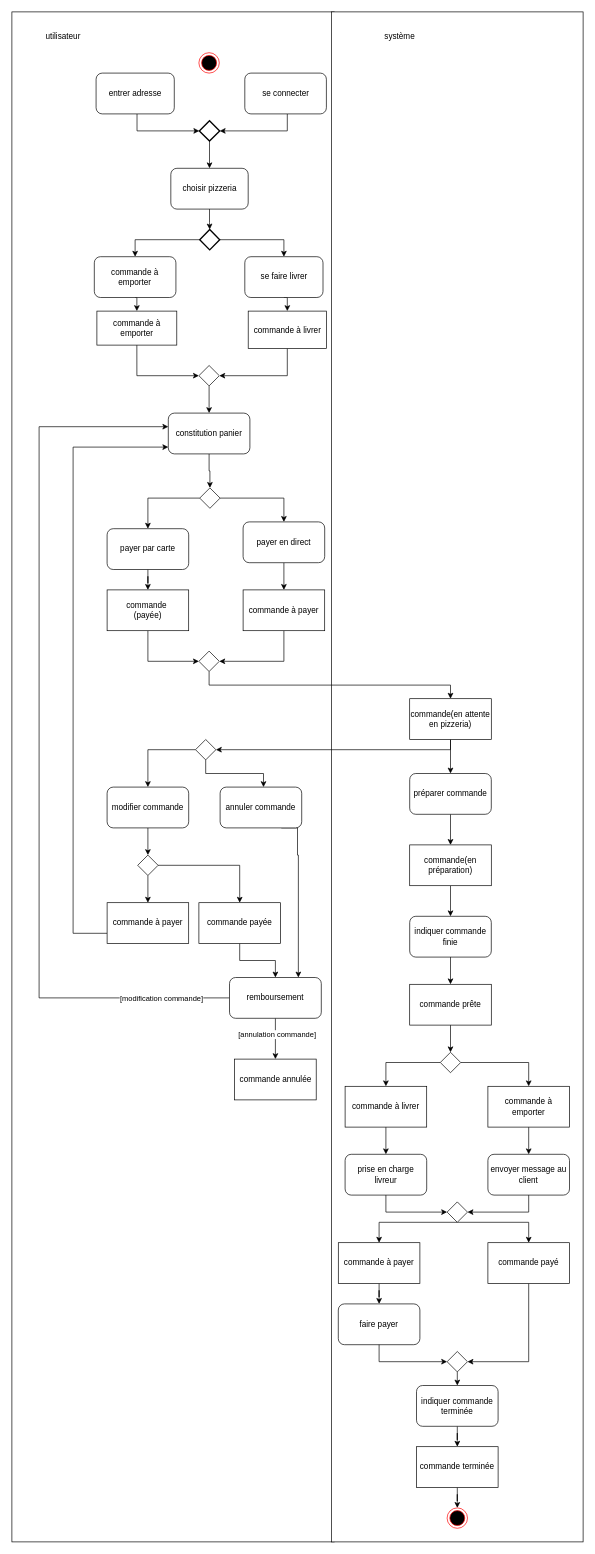
robindauteuil/Diagramme_UML keeps this draw.io diagram as page "diagramme activité" (7 of 7) of diagrammes réunis.drawio. Above is the earlier version. Source tidied: cells renumbered, new cells numbered last; positions are measured from the earlier drawing's top-left corner, leaving out a move shared by most shapes. Both pictures are drawn from the tidied source at 68%, with x=0, y=0 at pixel (12, 12).
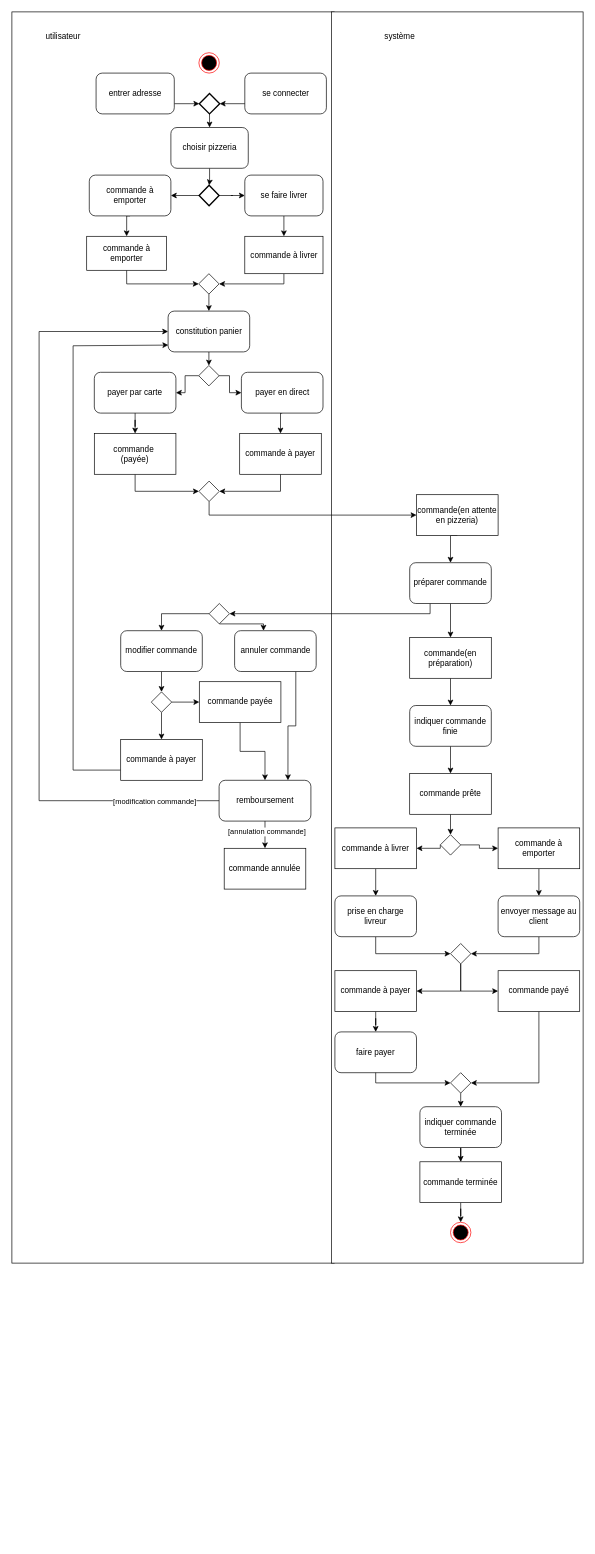
The same diagram, later.

The change refers to these unchanged cells:
```xml
<mxCell id="16" value="entrer adresse" style="rounded=1;whiteSpace=wrap;html=1;" parent="1" vertex="1">
  <mxGeometry x="123.8" y="90" width="115" height="60" as="geometry" />
</mxCell>
```

What changed in the source:
```diff
@@
     <mxCell id="2" style="rounded=0;whiteSpace=wrap;html=1;" parent="1" vertex="1">
-      <mxGeometry width="474" height="2250" as="geometry" />
+      <mxGeometry width="474" height="1840" as="geometry" />
     </mxCell>
     <mxCell id="3" style="rounded=0;whiteSpace=wrap;html=1;" parent="1" vertex="1">
-      <mxGeometry x="470" width="370" height="2250" as="geometry" />
+      <mxGeometry x="470" width="370" height="1840" as="geometry" />
     </mxCell>
     <mxCell id="4" style="ellipse;html=1;shape=endState;fillColor=#000000;strokeColor=#ff0000;" parent="1" vertex="1">
-      <mxGeometry x="640" y="2200" width="30" height="30" as="geometry" />
+      <mxGeometry x="645" y="1780" width="30" height="30" as="geometry" />
     </mxCell>
@@
+    <mxCell id="101" style="edgeStyle=orthogonalEdgeStyle;rounded=0;jettySize=auto;html=1;exitX=0.25;exitY=1;exitDx=0;exitDy=0;entryX=1;entryY=0.5;entryDx=0;entryDy=0;strokeColor=#000000;" parent="1" edge="1" source="10" target="99">
+      <mxGeometry relative="1" as="geometry">
+        <Array as="points">
+          <mxPoint x="615" y="885" />
+        </Array>
+      </mxGeometry>
+    </mxCell>
     <mxCell id="10" value="préparer commande" style="rounded=1;whiteSpace=wrap;html=1;" parent="1" vertex="1">
-      <mxGeometry x="585" y="1120" width="120" height="60" as="geometry" />
+      <mxGeometry x="585" y="810" width="120" height="60" as="geometry" />
     </mxCell>
@@
     <mxCell id="12" value="payer en direct" style="rounded=1;whiteSpace=wrap;html=1;" parent="1" vertex="1">
-      <mxGeometry x="340" y="750" width="120" height="60" as="geometry" />
+      <mxGeometry x="337.5" y="530" width="120" height="60" as="geometry" />
     </mxCell>
@@
     <mxCell id="14" value="payer par carte" style="rounded=1;whiteSpace=wrap;html=1;" parent="1" vertex="1">
-      <mxGeometry x="140" y="760" width="120" height="60" as="geometry" />
+      <mxGeometry x="121.2" y="530" width="120" height="60" as="geometry" />
     </mxCell>
-    <mxCell id="15" style="edgeStyle=orthogonalEdgeStyle;rounded=0;jettySize=auto;html=1;exitX=0.5;exitY=1;exitDx=0;exitDy=0;" parent="1" edge="1" source="16" target="26">
-      <mxGeometry relative="1" as="geometry">
-        <Array as="points">
-          <mxPoint x="184" y="145" />
-        </Array>
-      </mxGeometry>
+    <mxCell id="15" style="edgeStyle=orthogonalEdgeStyle;rounded=0;jettySize=auto;html=1;exitX=1;exitY=0.75;exitDx=0;exitDy=0;entryX=0;entryY=0.5;entryDx=0;entryDy=0;entryPerimeter=0;" parent="1" edge="1" source="16" target="26">
+      <mxGeometry relative="1" as="geometry" />
     </mxCell>
@@
     <mxCell id="18" value="constitution panier" style="rounded=1;whiteSpace=wrap;html=1;" parent="1" vertex="1">
-      <mxGeometry x="230" y="590" width="120" height="60" as="geometry" />
+      <mxGeometry x="229.7" y="440" width="120" height="60" as="geometry" />
     </mxCell>
@@
     <mxCell id="20" value="choisir pizzeria" style="rounded=1;whiteSpace=wrap;html=1;" parent="1" vertex="1">
-      <mxGeometry x="233.7" y="230" width="113.8" height="60" as="geometry" />
+      <mxGeometry x="233.8" y="170" width="113.8" height="60" as="geometry" />
     </mxCell>
@@
     <mxCell id="22" value="commande à emporter" style="rounded=1;whiteSpace=wrap;html=1;" parent="1" vertex="1">
-      <mxGeometry x="121.2" y="360" width="120" height="60" as="geometry" />
+      <mxGeometry x="113.8" y="240" width="120" height="60" as="geometry" />
     </mxCell>
@@
     <mxCell id="24" value="se faire livrer" style="rounded=1;whiteSpace=wrap;html=1;" parent="1" vertex="1">
-      <mxGeometry x="342.5" y="360" width="115" height="60" as="geometry" />
+      <mxGeometry x="342.5" y="240" width="115" height="60" as="geometry" />
     </mxCell>
@@
     <mxCell id="26" style="strokeWidth=2;html=1;shape=mxgraph.flowchart.decision;whiteSpace=wrap;" parent="1" vertex="1">
-      <mxGeometry x="275.6" y="160" width="30" height="30" as="geometry" />
+      <mxGeometry x="275.6" y="120" width="30" height="30" as="geometry" />
     </mxCell>
     <mxCell id="27" style="edgeStyle=orthogonalEdgeStyle;rounded=0;jettySize=auto;html=1;exitX=0.5;exitY=1;exitDx=0;exitDy=0;entryX=1;entryY=0.5;entryDx=0;entryDy=0;" parent="1" edge="1" source="28" target="39">
-      <mxGeometry relative="1" as="geometry" />
+      <mxGeometry relative="1" as="geometry">
+        <Array as="points">
+          <mxPoint x="400" y="400" />
+        </Array>
+      </mxGeometry>
     </mxCell>
     <mxCell id="28" value="commande à livrer" style="rounded=0;whiteSpace=wrap;html=1;" parent="1" vertex="1">
-      <mxGeometry x="347.5" y="440" width="115" height="55" as="geometry" />
+      <mxGeometry x="342.5" y="330" width="115" height="55" as="geometry" />
     </mxCell>
@@
     <mxCell id="30" value="commande à emporter" style="rounded=0;whiteSpace=wrap;html=1;" parent="1" vertex="1">
-      <mxGeometry x="125" y="440" width="117.5" height="50" as="geometry" />
+      <mxGeometry x="110" y="330" width="117.5" height="50" as="geometry" />
     </mxCell>
@@
-    <mxCell id="32" style="edgeStyle=orthogonalEdgeStyle;rounded=0;jettySize=auto;html=1;exitX=0;exitY=0.5;exitDx=0;exitDy=0;exitPerimeter=0;entryX=0.5;entryY=0;entryDx=0;entryDy=0;" parent="1" edge="1" source="33" target="22">
+    <mxCell id="32" style="edgeStyle=orthogonalEdgeStyle;rounded=0;jettySize=auto;html=1;exitX=0;exitY=0.5;exitDx=0;exitDy=0;exitPerimeter=0;entryX=1;entryY=0.5;entryDx=0;entryDy=0;strokeColor=#000000;" parent="1" edge="1" source="33" target="22">
       <mxGeometry relative="1" as="geometry" />
     </mxCell>
     <mxCell id="33" style="strokeWidth=2;html=1;shape=mxgraph.flowchart.decision;whiteSpace=wrap;" parent="1" vertex="1">
-      <mxGeometry x="276.2" y="320" width="29.4" height="30" as="geometry" />
+      <mxGeometry x="275.3" y="255" width="29.4" height="30" as="geometry" />
     </mxCell>
@@
     <mxCell id="35" value="commande&amp;nbsp;&lt;br&gt;(payée)" style="rounded=0;whiteSpace=wrap;html=1;" parent="1" vertex="1">
-      <mxGeometry x="140" y="850" width="120" height="60" as="geometry" />
+      <mxGeometry x="121.2" y="620" width="120" height="60" as="geometry" />
     </mxCell>
@@
     <mxCell id="37" value="commande à payer" style="rounded=0;whiteSpace=wrap;html=1;" parent="1" vertex="1">
-      <mxGeometry x="340" y="850" width="120" height="60" as="geometry" />
+      <mxGeometry x="335" y="620" width="120" height="60" as="geometry" />
     </mxCell>
@@
     <mxCell id="39" style="rhombus;whiteSpace=wrap;html=1;" parent="1" vertex="1">
-      <mxGeometry x="275" y="520" width="30" height="30" as="geometry" />
+      <mxGeometry x="274.7" y="385" width="30" height="30" as="geometry" />
     </mxCell>
     <mxCell id="40" style="edgeStyle=orthogonalEdgeStyle;rounded=0;jettySize=auto;html=1;exitX=0.5;exitY=1;exitDx=0;exitDy=0;entryX=0.5;entryY=0;entryDx=0;entryDy=0;" parent="1" edge="1" source="42" target="10">
-      <mxGeometry relative="1" as="geometry" />
+      <mxGeometry relative="1" as="geometry">
+        <Array as="points">
+          <mxPoint x="645" y="770" />
+        </Array>
+      </mxGeometry>
     </mxCell>
-    <mxCell id="41" style="edgeStyle=orthogonalEdgeStyle;rounded=0;jettySize=auto;html=1;" parent="1" edge="1" source="42">
-      <mxGeometry relative="1" as="geometry">
-        <mxPoint x="300" y="1085" as="targetPoint" />
-        <Array as="points">
-          <mxPoint x="645" y="1085" />
-        </Array>
-      </mxGeometry>
-    </mxCell>
     <mxCell id="42" value="commande(en attente en pizzeria)" style="rounded=0;whiteSpace=wrap;html=1;" parent="1" vertex="1">
-      <mxGeometry x="585" y="1010" width="120" height="60" as="geometry" />
+      <mxGeometry x="595" y="710" width="120" height="60" as="geometry" />
     </mxCell>
@@
     <mxCell id="44" value="commande(en préparation)" style="rounded=0;whiteSpace=wrap;html=1;" parent="1" vertex="1">
-      <mxGeometry x="585" y="1225" width="120" height="60" as="geometry" />
+      <mxGeometry x="585" y="920" width="120" height="60" as="geometry" />
     </mxCell>
@@
     <mxCell id="46" value="indiquer commande finie" style="rounded=1;whiteSpace=wrap;html=1;" parent="1" vertex="1">
-      <mxGeometry x="585" y="1330" width="120" height="60" as="geometry" />
+      <mxGeometry x="585" y="1020" width="120" height="60" as="geometry" />
     </mxCell>
@@
     <mxCell id="48" value="commande prête" style="rounded=0;whiteSpace=wrap;html=1;" parent="1" vertex="1">
-      <mxGeometry x="585" y="1430" width="120" height="60" as="geometry" />
+      <mxGeometry x="585" y="1120" width="120" height="60" as="geometry" />
     </mxCell>
@@
     <mxCell id="50" value="commande à emporter" style="rounded=0;whiteSpace=wrap;html=1;" parent="1" vertex="1">
-      <mxGeometry x="700" y="1580" width="120" height="60" as="geometry" />
+      <mxGeometry x="715" y="1200" width="120" height="60" as="geometry" />
     </mxCell>
@@
     <mxCell id="52" value="commande à livrer" style="rounded=0;whiteSpace=wrap;html=1;" parent="1" vertex="1">
-      <mxGeometry x="490" y="1580" width="120" height="60" as="geometry" />
+      <mxGeometry x="475" y="1200" width="120" height="60" as="geometry" />
     </mxCell>
@@
     <mxCell id="54" value="prise en charge livreur" style="rounded=1;whiteSpace=wrap;html=1;" parent="1" vertex="1">
-      <mxGeometry x="490" y="1680" width="120" height="60" as="geometry" />
+      <mxGeometry x="475" y="1300" width="120" height="60" as="geometry" />
     </mxCell>
@@
     <mxCell id="56" value="envoyer message au client" style="rounded=1;whiteSpace=wrap;html=1;" parent="1" vertex="1">
-      <mxGeometry x="700" y="1680" width="120" height="60" as="geometry" />
+      <mxGeometry x="715" y="1300" width="120" height="60" as="geometry" />
     </mxCell>
@@
-    <mxCell id="58" style="edgeStyle=orthogonalEdgeStyle;rounded=0;jettySize=auto;html=1;exitX=0;exitY=0.5;exitDx=0;exitDy=0;entryX=0.5;entryY=0;entryDx=0;entryDy=0;" parent="1" edge="1" source="60" target="14">
+    <mxCell id="58" style="edgeStyle=orthogonalEdgeStyle;rounded=0;jettySize=auto;html=1;exitX=0;exitY=0.5;exitDx=0;exitDy=0;entryX=1;entryY=0.5;entryDx=0;entryDy=0;" parent="1" edge="1" source="60" target="14">
       <mxGeometry relative="1" as="geometry" />
     </mxCell>
-    <mxCell id="59" style="edgeStyle=orthogonalEdgeStyle;rounded=0;jettySize=auto;html=1;exitX=1;exitY=0.5;exitDx=0;exitDy=0;entryX=0.5;entryY=0;entryDx=0;entryDy=0;" parent="1" edge="1" source="60" target="12">
-      <mxGeometry relative="1" as="geometry" />
+    <mxCell id="59" style="edgeStyle=orthogonalEdgeStyle;rounded=0;jettySize=auto;html=1;exitX=1;exitY=0.5;exitDx=0;exitDy=0;entryX=0;entryY=0.5;entryDx=0;entryDy=0;" parent="1" edge="1" source="60" target="12">
+      <mxGeometry relative="1" as="geometry">
+        <Array as="points">
+          <mxPoint x="320" y="535" />
+          <mxPoint x="320" y="560" />
+        </Array>
+      </mxGeometry>
     </mxCell>
     <mxCell id="60" style="rhombus;whiteSpace=wrap;html=1;" parent="1" vertex="1">
-      <mxGeometry x="276.2" y="700" width="30" height="30" as="geometry" />
+      <mxGeometry x="274.7" y="520" width="30" height="30" as="geometry" />
     </mxCell>
@@
     <mxCell id="62" style="rhombus;whiteSpace=wrap;html=1;" parent="1" vertex="1">
-      <mxGeometry x="275" y="940" width="30" height="30" as="geometry" />
+      <mxGeometry x="275" y="690" width="30" height="30" as="geometry" />
     </mxCell>
-    <mxCell id="63" style="edgeStyle=orthogonalEdgeStyle;rounded=0;jettySize=auto;html=1;exitX=1;exitY=0.5;exitDx=0;exitDy=0;entryX=0.5;entryY=0;entryDx=0;entryDy=0;" parent="1" edge="1" source="65" target="50">
+    <mxCell id="63" style="edgeStyle=orthogonalEdgeStyle;rounded=0;jettySize=auto;html=1;exitX=1;exitY=0.5;exitDx=0;exitDy=0;entryX=0;entryY=0.5;entryDx=0;entryDy=0;strokeColor=#000000;" parent="1" edge="1" source="65" target="50">
       <mxGeometry relative="1" as="geometry" />
     </mxCell>
-    <mxCell id="64" style="edgeStyle=orthogonalEdgeStyle;rounded=0;jettySize=auto;html=1;exitX=0;exitY=0.5;exitDx=0;exitDy=0;entryX=0.5;entryY=0;entryDx=0;entryDy=0;" parent="1" edge="1" source="65" target="52">
-      <mxGeometry relative="1" as="geometry" />
+    <mxCell id="64" style="edgeStyle=orthogonalEdgeStyle;rounded=0;jettySize=auto;html=1;exitX=0;exitY=0.5;exitDx=0;exitDy=0;entryX=1;entryY=0.5;entryDx=0;entryDy=0;strokeColor=#000000;" parent="1" edge="1" source="65" target="52">
+      <mxGeometry relative="1" as="geometry">
+        <Array as="points">
+          <mxPoint x="630" y="1230" />
+        </Array>
+      </mxGeometry>
     </mxCell>
     <mxCell id="65" style="rhombus;whiteSpace=wrap;html=1;" parent="1" vertex="1">
-      <mxGeometry x="630" y="1530" width="30" height="30" as="geometry" />
+      <mxGeometry x="630" y="1210" width="30" height="30" as="geometry" />
     </mxCell>
@@
     <mxCell id="67" value="modifier commande" style="rounded=1;whiteSpace=wrap;html=1;" parent="1" vertex="1">
-      <mxGeometry x="140" y="1140" width="120" height="60" as="geometry" />
+      <mxGeometry x="160" y="910" width="120" height="60" as="geometry" />
     </mxCell>
@@
     <mxCell id="69" value="commande à payer" style="rounded=0;whiteSpace=wrap;html=1;" parent="1" vertex="1">
-      <mxGeometry x="480" y="1810" width="120" height="60" as="geometry" />
+      <mxGeometry x="475" y="1410" width="120" height="60" as="geometry" />
     </mxCell>
-    <mxCell id="70" style="edgeStyle=orthogonalEdgeStyle;rounded=0;jettySize=auto;html=1;exitX=0.5;exitY=1;exitDx=0;exitDy=0;" parent="1" edge="1" source="72" target="69">
-      <mxGeometry relative="1" as="geometry">
-        <Array as="points">
-          <mxPoint x="540" y="1780" />
-        </Array>
-      </mxGeometry>
+    <mxCell id="70" style="edgeStyle=orthogonalEdgeStyle;rounded=0;jettySize=auto;html=1;exitX=0.5;exitY=1;exitDx=0;exitDy=0;entryX=1;entryY=0.5;entryDx=0;entryDy=0;strokeColor=#000000;" parent="1" edge="1" source="72" target="69">
+      <mxGeometry relative="1" as="geometry" />
     </mxCell>
-    <mxCell id="71" style="edgeStyle=orthogonalEdgeStyle;rounded=0;jettySize=auto;html=1;exitX=0.5;exitY=1;exitDx=0;exitDy=0;" parent="1" edge="1" source="72" target="75">
-      <mxGeometry relative="1" as="geometry">
-        <Array as="points">
-          <mxPoint x="760" y="1780" />
-        </Array>
-      </mxGeometry>
+    <mxCell id="71" style="edgeStyle=orthogonalEdgeStyle;rounded=0;jettySize=auto;html=1;exitX=0.5;exitY=1;exitDx=0;exitDy=0;entryX=0;entryY=0.5;entryDx=0;entryDy=0;strokeColor=#000000;" parent="1" edge="1" source="72" target="75">
+      <mxGeometry relative="1" as="geometry" />
     </mxCell>
     <mxCell id="72" style="rhombus;whiteSpace=wrap;html=1;" parent="1" vertex="1">
-      <mxGeometry x="640" y="1750" width="30" height="30" as="geometry" />
+      <mxGeometry x="645" y="1370" width="30" height="30" as="geometry" />
     </mxCell>
     <mxCell id="73" value="faire payer" style="rounded=1;whiteSpace=wrap;html=1;" parent="1" vertex="1">
-      <mxGeometry x="480" y="1900" width="120" height="60" as="geometry" />
+      <mxGeometry x="475" y="1500" width="120" height="60" as="geometry" />
     </mxCell>
     <mxCell id="74" style="edgeStyle=orthogonalEdgeStyle;rounded=0;jettySize=auto;html=1;exitX=0.5;exitY=1;exitDx=0;exitDy=0;entryX=1;entryY=0.5;entryDx=0;entryDy=0;" parent="1" edge="1" source="75" target="94">
       <mxGeometry relative="1" as="geometry">
         <Array as="points">
-          <mxPoint x="760" y="1985" />
+          <mxPoint x="775" y="1575" />
         </Array>
       </mxGeometry>
     </mxCell>
     <mxCell id="75" value="commande payé" style="rounded=0;whiteSpace=wrap;html=1;" parent="1" vertex="1">
-      <mxGeometry x="700" y="1810" width="120" height="60" as="geometry" />
+      <mxGeometry x="715" y="1410" width="120" height="60" as="geometry" />
     </mxCell>
@@
     <mxCell id="77" value="indiquer commande terminée" style="rounded=1;whiteSpace=wrap;html=1;" parent="1" vertex="1">
-      <mxGeometry x="595" y="2020" width="120" height="60" as="geometry" />
+      <mxGeometry x="600" y="1610" width="120" height="60" as="geometry" />
     </mxCell>
     <mxCell id="78" style="edgeStyle=orthogonalEdgeStyle;rounded=0;jettySize=auto;html=1;exitX=0.5;exitY=1;exitDx=0;exitDy=0;entryX=0;entryY=0.5;entryDx=0;entryDy=0;" parent="1" edge="1" source="73" target="94">
-      <mxGeometry relative="1" as="geometry" />
+      <mxGeometry relative="1" as="geometry">
+        <Array as="points">
+          <mxPoint x="535" y="1575" />
+        </Array>
+      </mxGeometry>
     </mxCell>
@@
     <mxCell id="80" value="commande payée" style="rounded=0;whiteSpace=wrap;html=1;" parent="1" vertex="1">
-      <mxGeometry x="275" y="1310" width="120" height="60" as="geometry" />
+      <mxGeometry x="275.6" y="985" width="120" height="60" as="geometry" />
     </mxCell>
     <mxCell id="81" style="edgeStyle=orthogonalEdgeStyle;rounded=0;jettySize=auto;html=1;exitX=0;exitY=0.75;exitDx=0;exitDy=0;" parent="1" edge="1" source="82">
       <mxGeometry relative="1" as="geometry">
-        <mxPoint x="230" y="640" as="targetPoint" />
+        <mxPoint x="230" y="490" as="targetPoint" />
         <Array as="points">
-          <mxPoint x="90" y="1355" />
-          <mxPoint x="90" y="640" />
+          <mxPoint x="90" y="1115" />
+          <mxPoint x="90" y="491" />
         </Array>
       </mxGeometry>
     </mxCell>
     <mxCell id="82" value="commande à payer" style="rounded=0;whiteSpace=wrap;html=1;" parent="1" vertex="1">
-      <mxGeometry x="140" y="1310" width="120" height="60" as="geometry" />
+      <mxGeometry x="160" y="1070" width="120" height="60" as="geometry" />
     </mxCell>
@@
     <mxCell id="85" style="rhombus;whiteSpace=wrap;html=1;" parent="1" vertex="1">
-      <mxGeometry x="185" y="1240" width="30" height="30" as="geometry" />
+      <mxGeometry x="205" y="1000" width="30" height="30" as="geometry" />
     </mxCell>
-    <mxCell id="86" style="edgeStyle=orthogonalEdgeStyle;rounded=0;jettySize=auto;html=1;exitX=0;exitY=0.5;exitDx=0;exitDy=0;" parent="1" edge="1" source="90">
+    <mxCell id="86" style="edgeStyle=orthogonalEdgeStyle;rounded=0;jettySize=auto;html=1;exitX=0;exitY=0.5;exitDx=0;exitDy=0;entryX=0;entryY=0.5;entryDx=0;entryDy=0;" parent="1" edge="1" source="90" target="18">
       <mxGeometry relative="1" as="geometry">
-        <mxPoint x="230" y="610" as="targetPoint" />
         <Array as="points">
-          <mxPoint x="40" y="1450" />
-          <mxPoint x="40" y="610" />
+          <mxPoint x="40" y="1160" />
+          <mxPoint x="40" y="470" />
         </Array>
       </mxGeometry>
     </mxCell>
@@
     <mxCell id="90" value="remboursement" style="rounded=1;whiteSpace=wrap;html=1;" parent="1" vertex="1">
-      <mxGeometry x="320" y="1420" width="135" height="60" as="geometry" />
+      <mxGeometry x="304.7" y="1130" width="135" height="60" as="geometry" />
     </mxCell>
@@
     <mxCell id="92" value="commande terminée" style="rounded=0;whiteSpace=wrap;html=1;" parent="1" vertex="1">
-      <mxGeometry x="595" y="2110" width="120" height="60" as="geometry" />
+      <mxGeometry x="600" y="1691" width="120" height="60" as="geometry" />
     </mxCell>
@@
     <mxCell id="94" style="rhombus;whiteSpace=wrap;html=1;" parent="1" vertex="1">
-      <mxGeometry x="640" y="1970" width="30" height="30" as="geometry" />
+      <mxGeometry x="645" y="1560" width="30" height="30" as="geometry" />
     </mxCell>
-    <mxCell id="95" style="edgeStyle=orthogonalEdgeStyle;rounded=0;jettySize=auto;html=1;exitX=0.75;exitY=1;exitDx=0;exitDy=0;entryX=0.75;entryY=0;entryDx=0;entryDy=0;" parent="1" edge="1" source="96" target="90">
-      <mxGeometry relative="1" as="geometry">
-        <Array as="points">
-          <mxPoint x="420" y="1200" />
-          <mxPoint x="420" y="1240" />
-          <mxPoint x="421" y="1240" />
-        </Array>
-      </mxGeometry>
+    <mxCell id="95" style="edgeStyle=orthogonalEdgeStyle;rounded=0;jettySize=auto;html=1;exitX=0.75;exitY=1;exitDx=0;exitDy=0;entryX=0.75;entryY=0;entryDx=0;entryDy=0;strokeColor=#000000;" parent="1" edge="1" source="96" target="90">
+      <mxGeometry relative="1" as="geometry" />
     </mxCell>
     <mxCell id="96" value="annuler commande" style="rounded=1;whiteSpace=wrap;html=1;" parent="1" vertex="1">
-      <mxGeometry x="306.2" y="1140" width="120" height="60" as="geometry" />
+      <mxGeometry x="327.5" y="910" width="120" height="60" as="geometry" />
     </mxCell>
@@
     <mxCell id="98" style="edgeStyle=orthogonalEdgeStyle;rounded=0;jettySize=auto;html=1;exitX=0.5;exitY=1;exitDx=0;exitDy=0;" parent="1" edge="1" source="99" target="96">
       <mxGeometry relative="1" as="geometry">
         <Array as="points">
-          <mxPoint x="285" y="1120" />
-          <mxPoint x="370" y="1120" />
+          <mxPoint x="370" y="900" />
         </Array>
       </mxGeometry>
     </mxCell>
     <mxCell id="99" style="rhombus;whiteSpace=wrap;html=1;" parent="1" vertex="1">
-      <mxGeometry x="270" y="1070" width="30" height="30" as="geometry" />
+      <mxGeometry x="290" y="870" width="30" height="30" as="geometry" />
     </mxCell>
     <mxCell id="100" value="commande annulée" style="rounded=0;whiteSpace=wrap;html=1;" parent="1" vertex="1">
-      <mxGeometry x="327.5" y="1540" width="120" height="60" as="geometry" />
+      <mxGeometry x="312.2" y="1230" width="120" height="60" as="geometry" />
     </mxCell>
```
